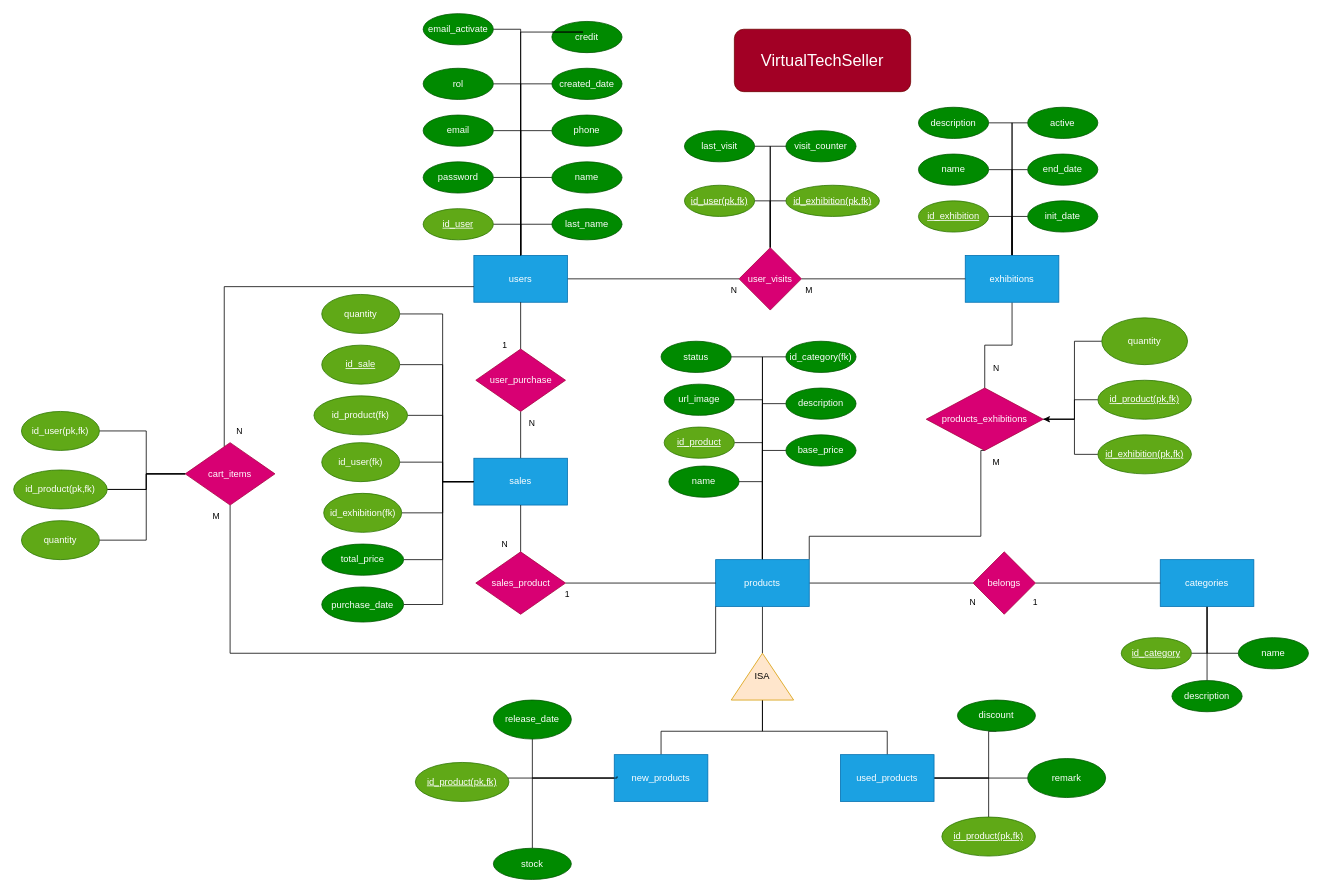
TamezeDev/virtual-tech-seller keeps this draw.io diagram as docs/bbdd/VirtualTechSeller_E-R.drawio. Above is the earlier version. Source tidied: cells renumbered, new cells numbered last; positions are measured from the earlier drawing's top-left corner, leaving out a move shared by most shapes. Both pictures are drawn from the tidied source at 78%, with x=0, y=0 at pixel (13, 13).
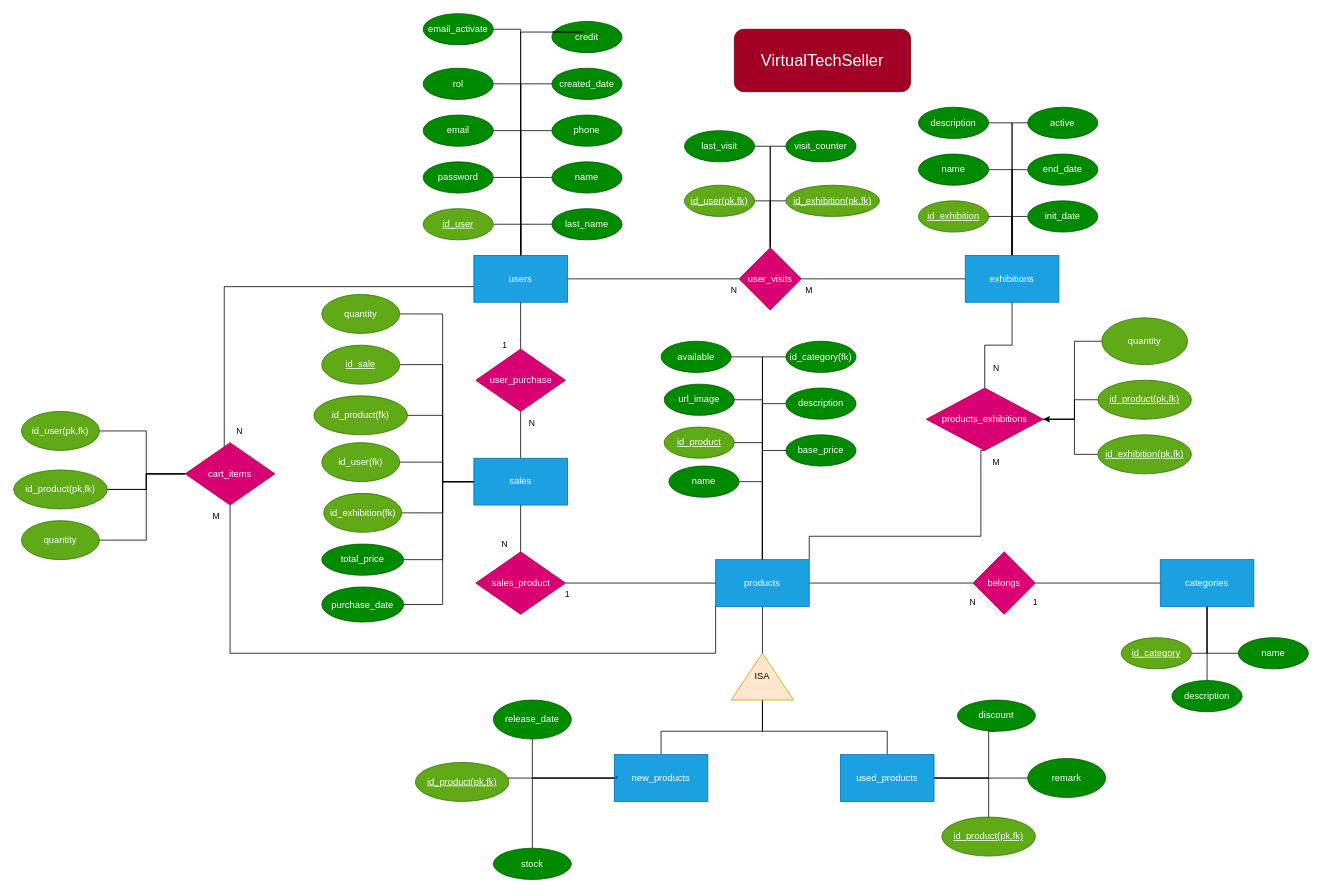
Above is the later version.

Change to the diagram source:
```diff
@@
-    <mxCell id="53" value="status" style="ellipse;whiteSpace=wrap;html=1;fillColor=#008a00;fontColor=#ffffff;strokeColor=#005700;" parent="1" vertex="1">
+    <mxCell id="53" value="available" style="ellipse;whiteSpace=wrap;html=1;fillColor=#008a00;fontColor=#ffffff;strokeColor=#005700;" parent="1" vertex="1">
       <mxGeometry x="830" y="420" width="90" height="40" as="geometry" />
     </mxCell>
```
